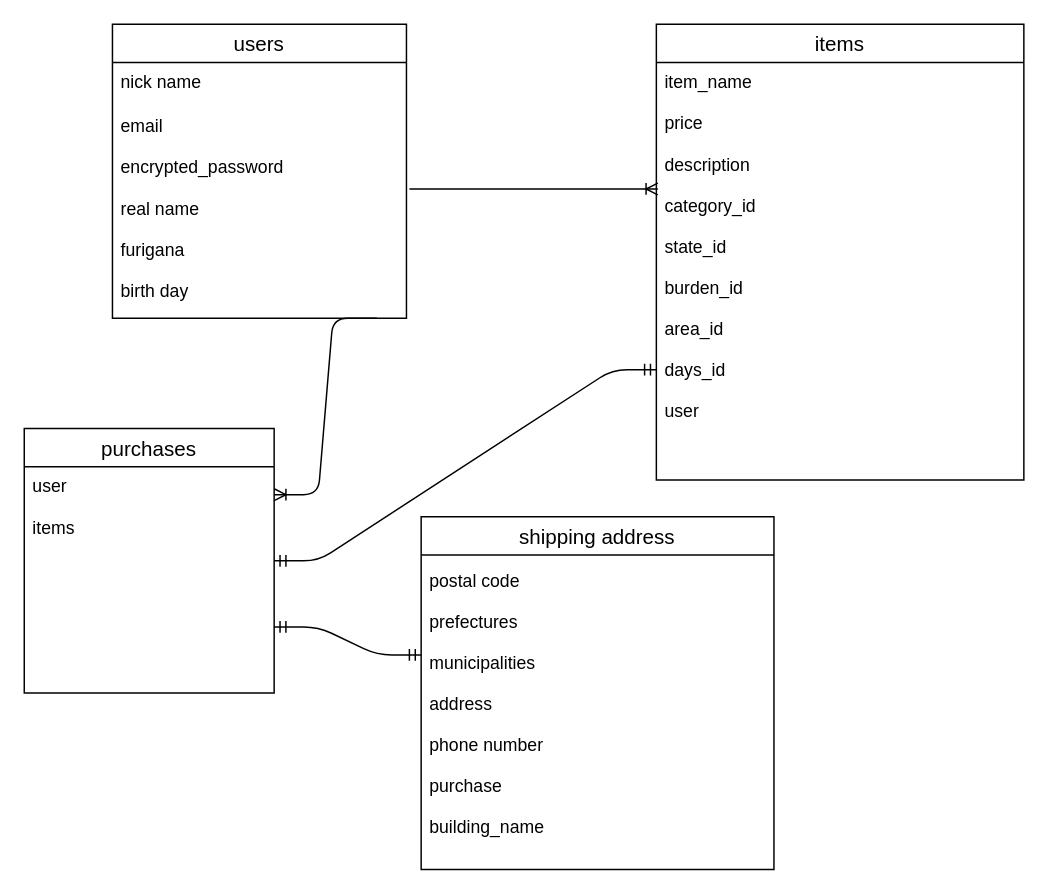
Earlier version of the draw.io diagram ER.dio (umedayuuki/furima-31511). Source tidied: cells renumbered, new cells numbered last; positions are measured from the earlier drawing's top-left corner, leaving out a move shared by most shapes. Both pictures are drawn from the tidied source at 147%, with x=0, y=0 at pixel (24, 24).
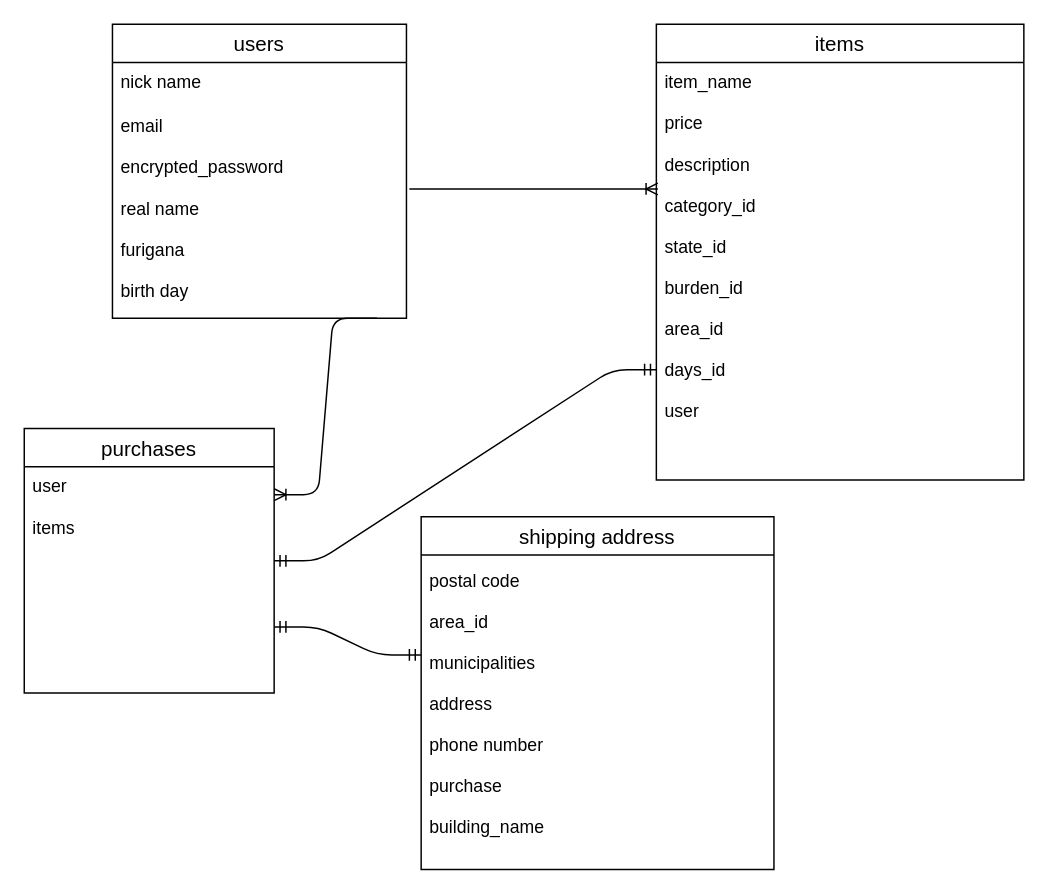
The same page after the edit.

Commit message (it also covers changes not shown here):
カラム名の修正

What changed in the source:
```diff
@@
 <mxGraphModel>
   <root>
     <mxCell id="0" />
     <mxCell id="1" parent="0" />
     <mxCell id="2" value="users" style="swimlane;fontStyle=0;horizontal=1;startSize=26;align=center;fontSize=14;shadow=0;" parent="1" vertex="1">
       <mxGeometry x="60" width="200" height="200" as="geometry" />
     </mxCell>
     <mxCell id="3" value="nick name" style="text;strokeColor=none;fillColor=none;spacingLeft=4;spacingRight=4;overflow=hidden;fontSize=12;" parent="2" vertex="1">
       <mxGeometry y="26" width="200" height="30" as="geometry" />
     </mxCell>
     <mxCell id="4" value="email&#10;&#10;encrypted_password&#10;&#10;real name&#10;&#10;furigana&#10;&#10;birth day" style="text;strokeColor=none;fillColor=none;spacingLeft=4;spacingRight=4;overflow=hidden;points=[[0,0.5],[1,0.5]];portConstraint=eastwest;fontSize=12;" parent="2" vertex="1">
       <mxGeometry y="56" width="200" height="144" as="geometry" />
     </mxCell>
     <mxCell id="5" value="items" style="swimlane;fontStyle=0;horizontal=1;startSize=26;align=center;fontSize=14;shadow=0;" parent="1" vertex="1">
       <mxGeometry x="430" width="250" height="310" as="geometry" />
     </mxCell>
     <mxCell id="6" value="item_name&#10;&#10;price&#10;&#10;description&#10;&#10;category_id&#10;&#10;state_id&#10;&#10;burden_id&#10;&#10;area_id&#10;&#10;days_id&#10;&#10;user" style="text;strokeColor=none;fillColor=none;spacingLeft=4;spacingRight=4;overflow=hidden;points=[[0,0.5],[1,0.5]];portConstraint=eastwest;fontSize=12;" parent="5" vertex="1">
       <mxGeometry y="26" width="250" height="284" as="geometry" />
     </mxCell>
     <mxCell id="7" value="purchases" style="swimlane;fontStyle=0;horizontal=1;startSize=26;align=center;fontSize=14;shadow=0;" parent="1" vertex="1">
       <mxGeometry y="275" width="170" height="180" as="geometry" />
     </mxCell>
     <mxCell id="8" value="shipping address" style="swimlane;fontStyle=0;horizontal=1;startSize=26;align=center;fontSize=14;shadow=0;" parent="1" vertex="1">
       <mxGeometry x="270" y="335" width="240" height="240" as="geometry" />
     </mxCell>
     <mxCell id="9" style="edgeStyle=entityRelationEdgeStyle;fontSize=12;html=1;endArrow=ERoneToMany;exitX=1.01;exitY=0.389;exitDx=0;exitDy=0;exitPerimeter=0;entryX=0.004;entryY=0.303;entryDx=0;entryDy=0;entryPerimeter=0;" parent="1" edge="1" source="4" target="6">
       <mxGeometry relative="1" as="geometry" />
     </mxCell>
     <mxCell id="10" style="edgeStyle=entityRelationEdgeStyle;fontSize=12;html=1;endArrow=ERoneToMany;entryX=1;entryY=0.25;entryDx=0;entryDy=0;exitX=0.9;exitY=1;exitDx=0;exitDy=0;exitPerimeter=0;" parent="1" edge="1" source="4" target="7">
       <mxGeometry relative="1" as="geometry" />
     </mxCell>
     <mxCell id="11" style="edgeStyle=entityRelationEdgeStyle;fontSize=12;html=1;endArrow=ERmandOne;startArrow=ERmandOne;exitX=1;exitY=0.5;exitDx=0;exitDy=0;entryX=0;entryY=0.736;entryDx=0;entryDy=0;entryPerimeter=0;" parent="1" edge="1" source="7" target="6">
       <mxGeometry relative="1" as="geometry" />
     </mxCell>
     <mxCell id="12" style="edgeStyle=entityRelationEdgeStyle;fontSize=12;html=1;endArrow=ERmandOne;startArrow=ERmandOne;exitX=1;exitY=0.75;exitDx=0;exitDy=0;entryX=0;entryY=0.305;entryDx=0;entryDy=0;entryPerimeter=0;" parent="1" edge="1" source="7" target="14">
       <mxGeometry relative="1" as="geometry" />
     </mxCell>
     <mxCell id="13" value="user&#10;&#10;items" style="text;strokeColor=none;fillColor=none;spacingLeft=4;spacingRight=4;overflow=hidden;fontSize=12;" parent="1" vertex="1">
       <mxGeometry y="301" width="90" height="64" as="geometry" />
     </mxCell>
-    <mxCell id="14" value="postal code&#10;&#10;prefectures&#10;&#10;municipalities&#10;&#10;address&#10;&#10;phone number&#10;&#10;purchase&#10;&#10;building_name" style="text;strokeColor=none;fillColor=none;spacingLeft=4;spacingRight=4;overflow=hidden;points=[[0,0.5],[1,0.5]];portConstraint=eastwest;fontSize=12;" parent="1" vertex="1">
+    <mxCell id="14" value="postal code&#10;&#10;area_id&#10;&#10;municipalities&#10;&#10;address&#10;&#10;phone number&#10;&#10;purchase&#10;&#10;building_name" style="text;strokeColor=none;fillColor=none;spacingLeft=4;spacingRight=4;overflow=hidden;points=[[0,0.5],[1,0.5]];portConstraint=eastwest;fontSize=12;" parent="1" vertex="1">
       <mxGeometry x="270" y="365" width="240" height="210" as="geometry" />
     </mxCell>
   </root>
 </mxGraphModel>
```
